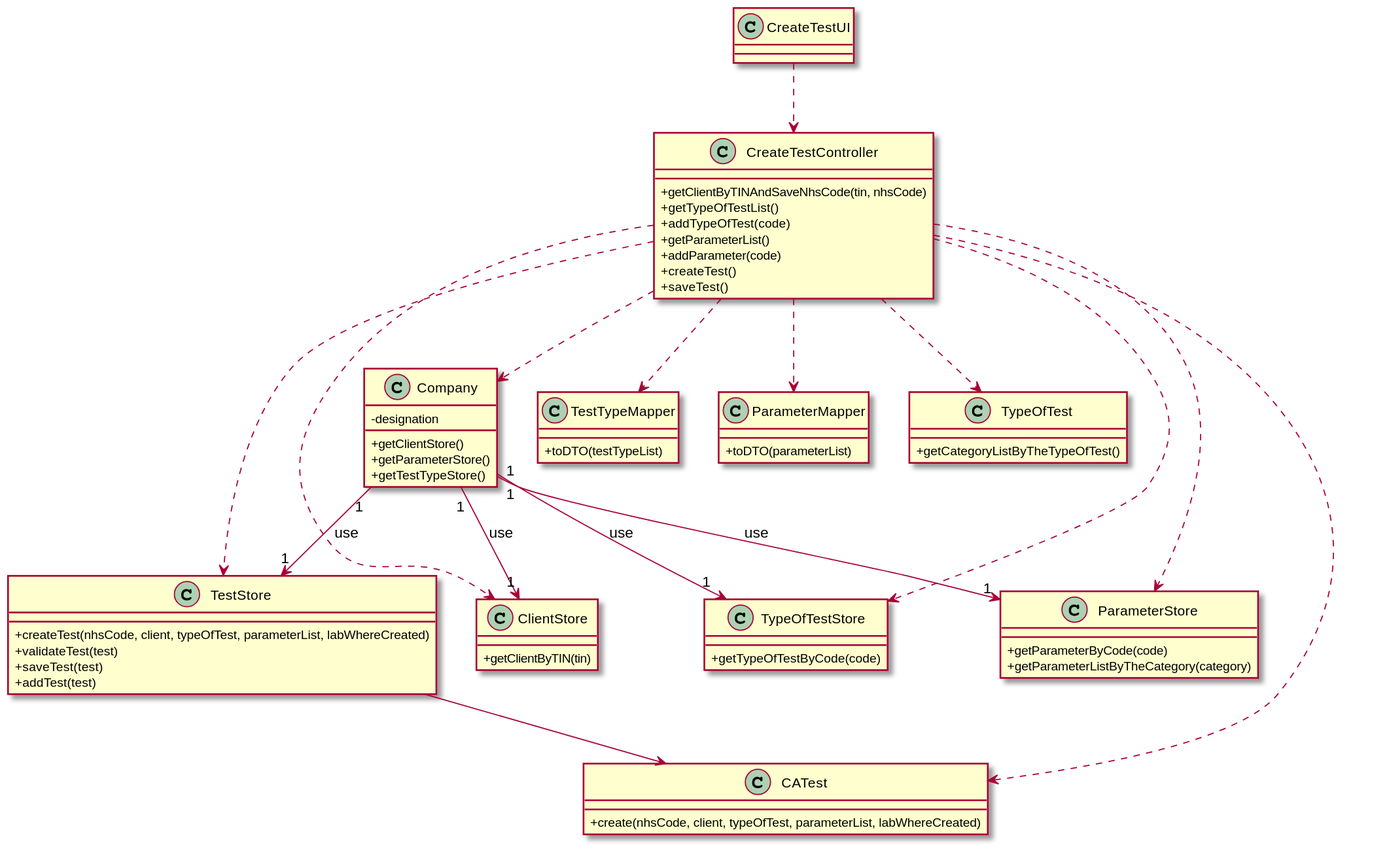
The PlantUML diagram docs/SprintD/US4/UC4_CD.svg in GuilhermeCunha79/lapr2, before a commit. Source of this version:
```plantuml
@startuml
skinparam classAttributeIconSize 0


class CreateTestUI {
}


class ClientStore {
+ getClientByTIN(tin)
}


class Company {
- designation
+ getClientStore()
+ getParameterStore()
+ getTestTypeStore()
}



class CreateTestController {
  + getClientByTINAndSaveNhsCode(tin, nhsCode)
  + getTypeOfTestList()
  + addTypeOfTest(code)
  + getParameterList()
  + addParameter(code)
  + createTest()
  + saveTest()

}


class TestStore {
    + createTest(nhsCode, client, typeOfTest, parameterList, labWhereCreated)
    + validateTest(test)
    + saveTest(test)
    + addTest(test)
}

class TestTypeMapper {
    +toDTO(testTypeList)
}

class ParameterMapper {
  +toDTO(parameterList)
}


class TypeOfTest {
  + getCategoryListByTheTypeOfTest()
}

class TypeOfTestStore {
  + getTypeOfTestByCode(code)
}


class ParameterStore {
  + getParameterByCode(code)
  + getParameterListByTheCategory(category)
}

class CATest {
  + create(nhsCode, client, typeOfTest, parameterList, labWhereCreated)
}



CreateTestUI ..> CreateTestController

CreateTestController ..> Company

Company "1" --> "1" TestStore : use
Company "1" --> "1" ClientStore : use
Company "1" --> "1" TypeOfTestStore : use
Company "1" --> "1" ParameterStore : use

CreateTestController ..> CATest
CreateTestController ..> TestStore
CreateTestController ..> TypeOfTestStore
CreateTestController ..> ClientStore
CreateTestController ..> ParameterStore
CreateTestController ..> ParameterMapper
CreateTestController ..> TypeOfTest
CreateTestController ..> TestTypeMapper

TestStore --> CATest



@enduml
```
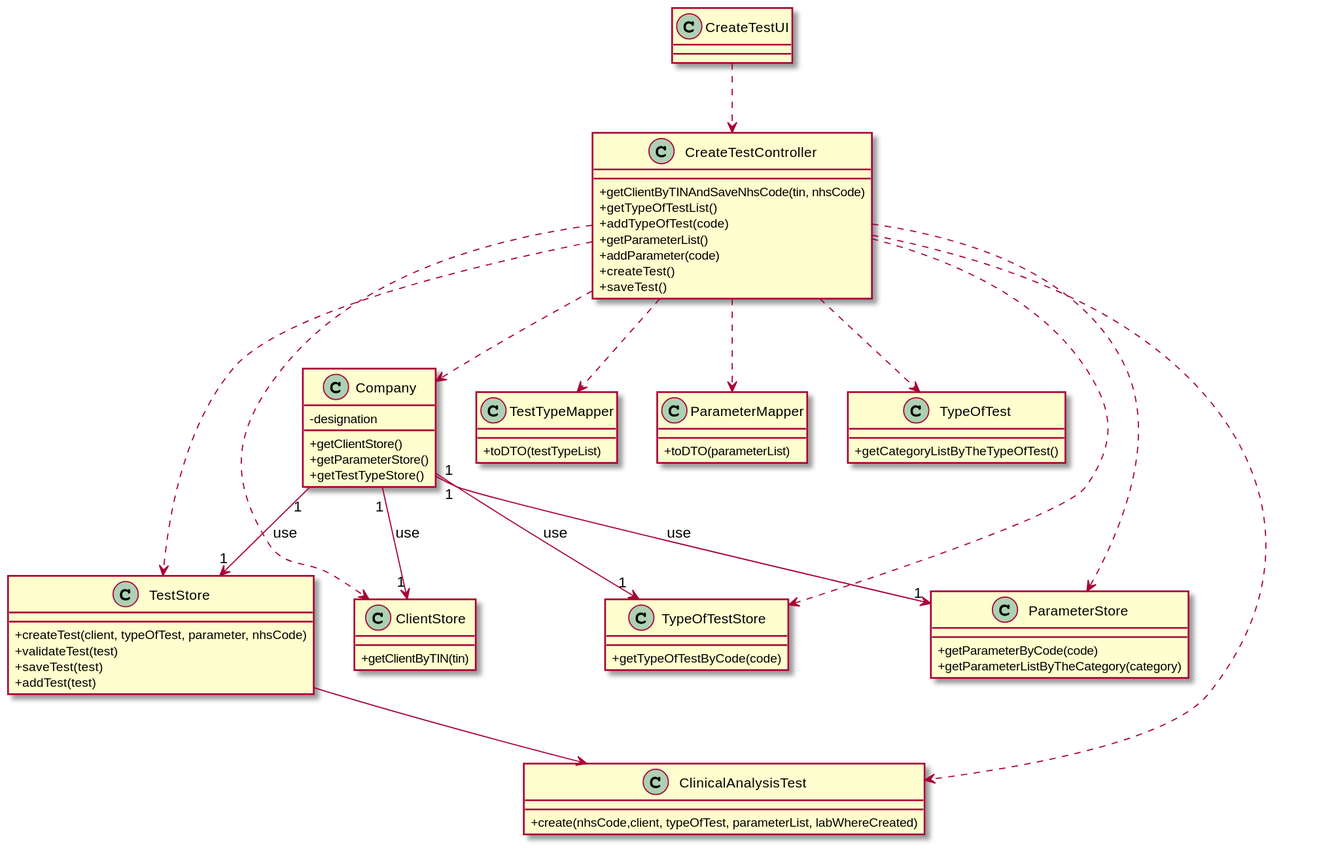
The same diagram one commit later.

Diff of the diagram source:
```diff
@@ -33,7 +33,7 @@
 
 
 class TestStore {
-    + createTest(nhsCode, client, typeOfTest, parameterList, labWhereCreated)
+    + createTest(client, typeOfTest, parameter, nhsCode)
     + validateTest(test)
     + saveTest(test)
     + addTest(test)
@@ -62,8 +62,8 @@
   + getParameterListByTheCategory(category)
 }
 
-class CATest {
-  + create(nhsCode, client, typeOfTest, parameterList, labWhereCreated)
+class ClinicalAnalysisTest {
+  + create(nhsCode,client, typeOfTest, parameterList, labWhereCreated)
 }
 
 
@@ -77,7 +77,7 @@
 Company "1" --> "1" TypeOfTestStore : use
 Company "1" --> "1" ParameterStore : use
 
-CreateTestController ..> CATest
+CreateTestController ..> ClinicalAnalysisTest
 CreateTestController ..> TestStore
 CreateTestController ..> TypeOfTestStore
 CreateTestController ..> ClientStore
@@ -86,7 +86,7 @@
 CreateTestController ..> TypeOfTest
 CreateTestController ..> TestTypeMapper
 
-TestStore --> CATest
+TestStore --> ClinicalAnalysisTest
 
 
 
```
